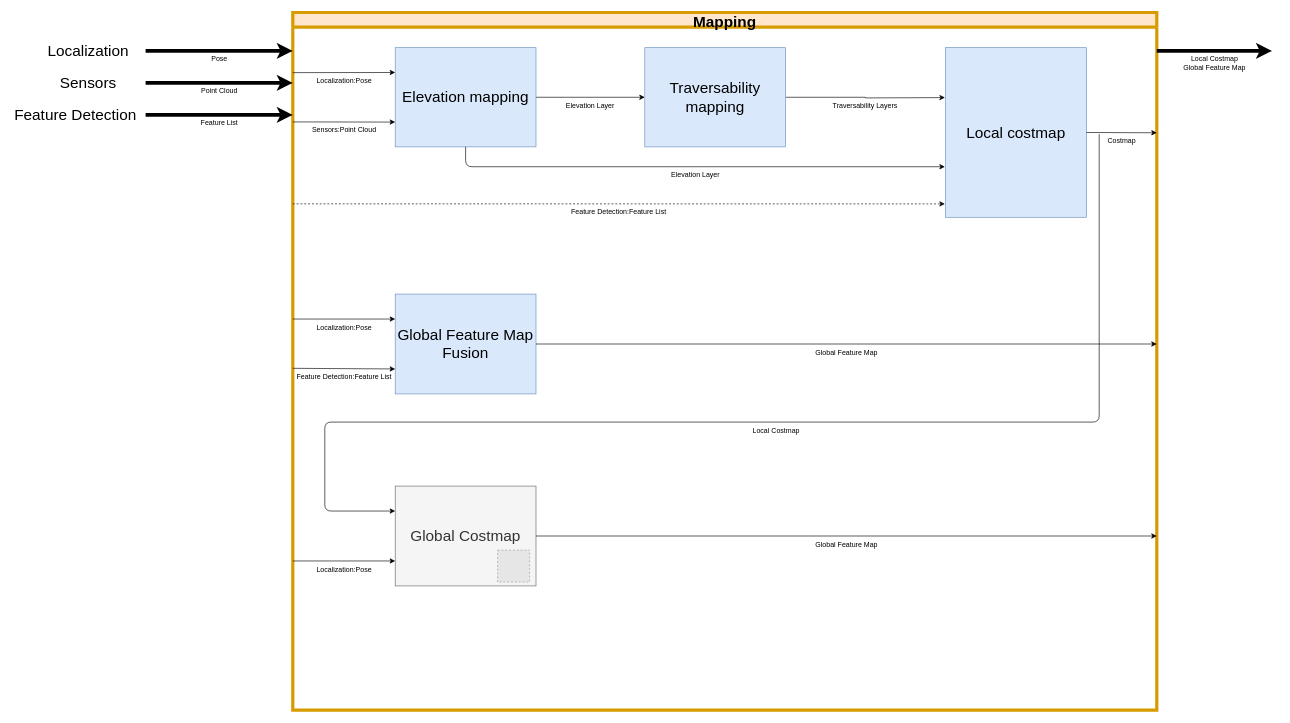
Above: page "#3 Mapping" (13 of 19) of OutdoorNavigationStructure.drawio in ipa-dmo/ipa_outdoor_docu (draw.io), before the change. Source tidied: cells renumbered, new cells numbered last; positions are measured from the earlier drawing's top-left corner, leaving out a move shared by most shapes. Both pictures are drawn from the tidied source at 64%, with x=0, y=0 at pixel (11, 12). Pictures stored in the file or linked from it are replaced by grey dashed boxes.
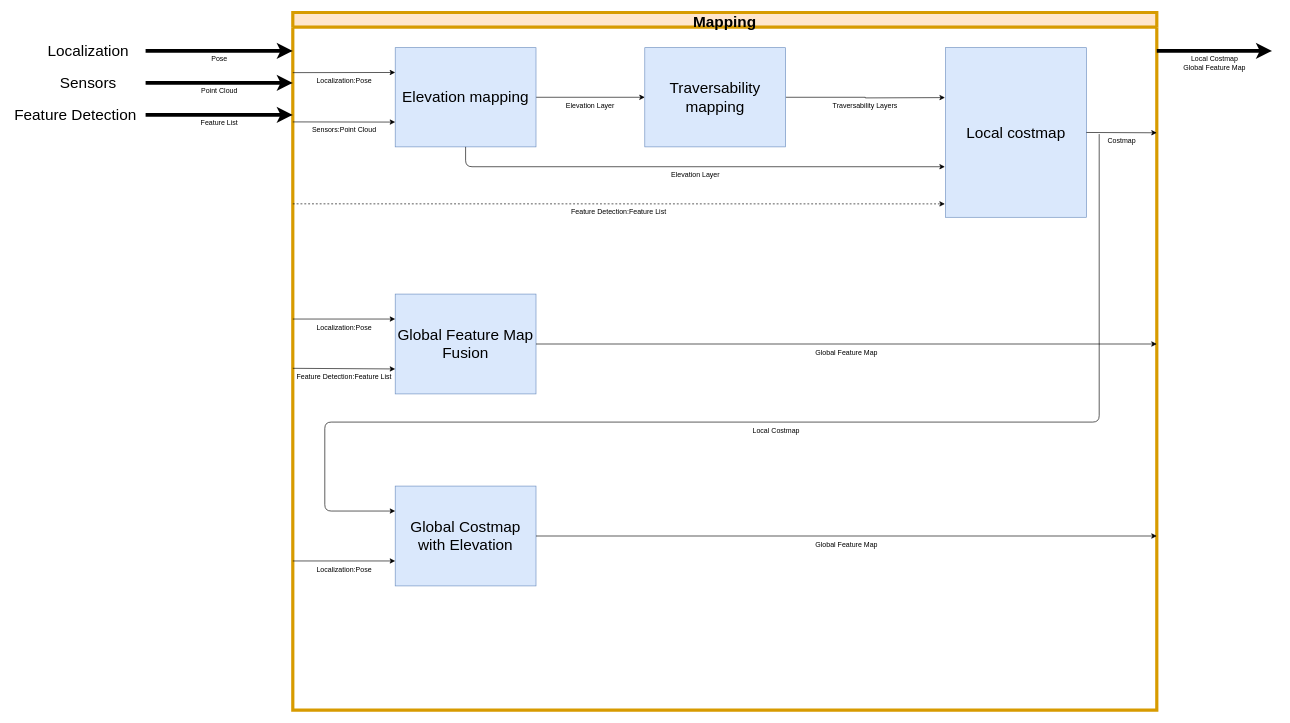
After the change.

Unchanged cells that the change refers to:
```xml
<mxCell id="2" value="Mapping" style="swimlane;fillColor=#ffe6cc;strokeColor=#d79b00;fontSize=24;strokeWidth=5;perimeterSpacing=4;" parent="1" vertex="1">
  <mxGeometry x="440" width="1350" height="1090" as="geometry" />
</mxCell>
```

The edit, as a diff of the source:
```diff
@@
-    <mxCell id="16" value="&lt;font style=&quot;font-size: 24px&quot;&gt;Global Costmap&lt;br&gt;&lt;/font&gt;" style="whiteSpace=wrap;html=1;fillColor=#f5f5f5;strokeColor=#666666;fontColor=#333333;" parent="2" vertex="1">
+    <mxCell id="16" value="&lt;font style=&quot;font-size: 24px&quot;&gt;Global Costmap with Elevation&lt;br&gt;&lt;/font&gt;" style="whiteSpace=wrap;html=1;fillColor=#dae8fc;strokeColor=#6c8ebf;" parent="2" vertex="1">
       <mxGeometry x="160" y="740" width="220" height="156" as="geometry" />
     </mxCell>
@@
-    <mxCell id="18" style="fillColor=#E6E6E6;strokeColor=#999999;dashed=1;html=1;verticalAlign=top;verticalLabelPosition=bottom;labelBackgroundColor=#ffffff;fontColor=#FF0000;" parent="2" vertex="1">
-      <mxGeometry x="320" y="840" width="50" height="50" as="geometry" />
-    </mxCell>
```
